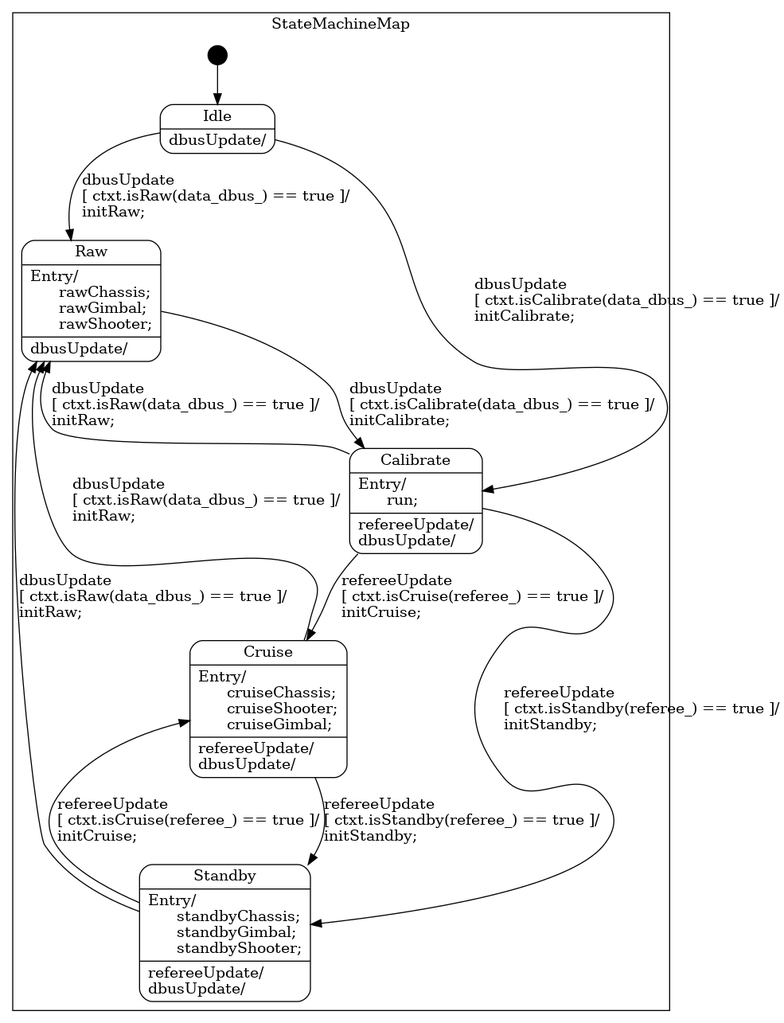
Earlier version of the Graphviz export state_machine/StateMachine_sm.png (rm-controls/rm_fsm). Its source is kept beside it as state_machine/StateMachine_sm.dot.
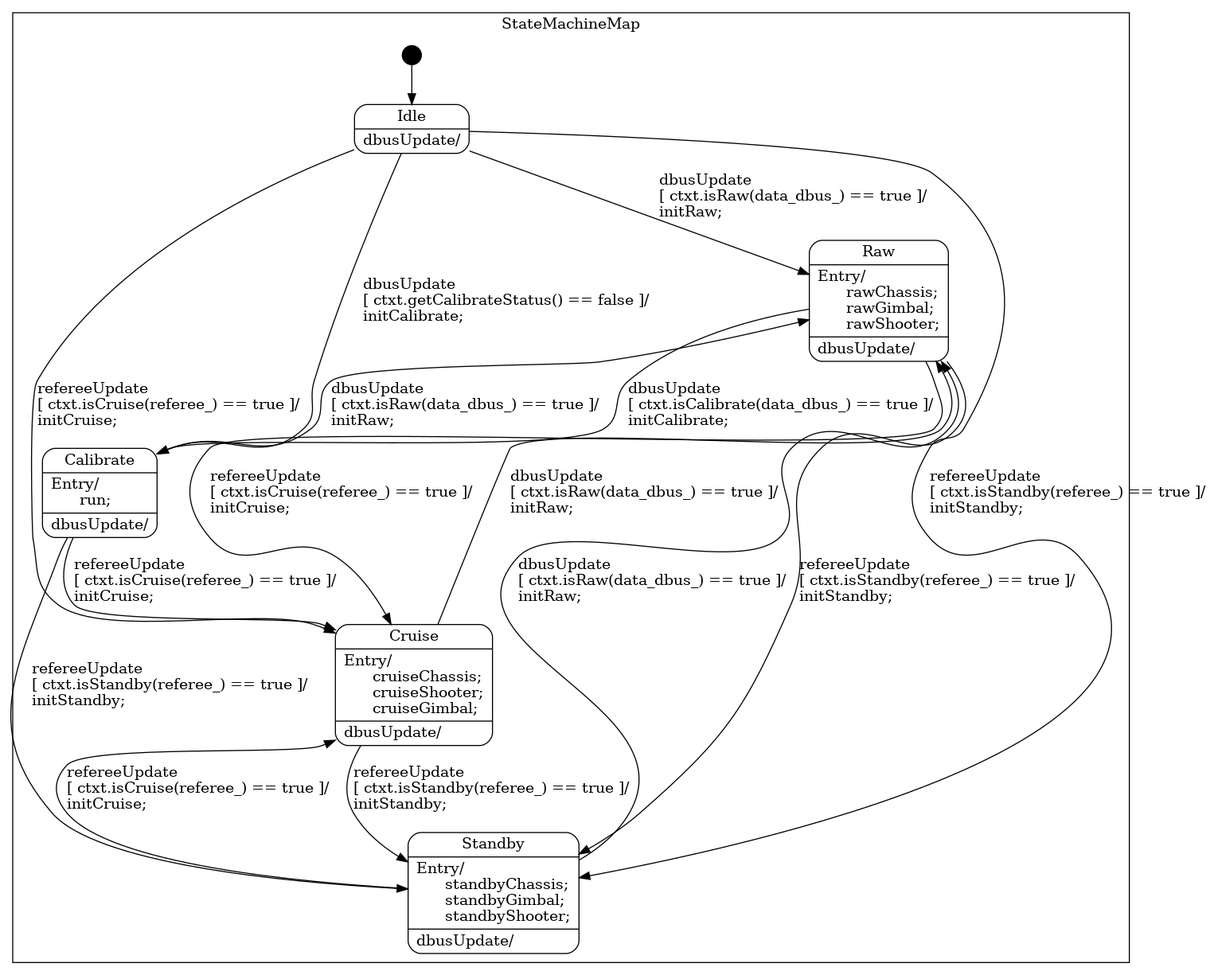
Later version of the same file.

Commit message:
Modify the referee update function of state machine and the judgement of cruise state

Change to the diagram source:
```diff
@@ -15,26 +15,38 @@
             [label="{Raw|Entry/\l&nbsp;&nbsp;&nbsp;rawChassis;\l&nbsp;&nbsp;&nbsp;rawGimbal;\l&nbsp;&nbsp;&nbsp;rawShooter;\l|dbusUpdate/\l}"];
 
         "StateMachineMap::Calibrate"
-            [label="{Calibrate|Entry/\l&nbsp;&nbsp;&nbsp;run;\l|refereeUpdate/\ldbusUpdate/\l}"];
+            [label="{Calibrate|Entry/\l&nbsp;&nbsp;&nbsp;run;\l|dbusUpdate/\l}"];
 
         "StateMachineMap::Standby"
-            [label="{Standby|Entry/\l&nbsp;&nbsp;&nbsp;standbyChassis;\l&nbsp;&nbsp;&nbsp;standbyGimbal;\l&nbsp;&nbsp;&nbsp;standbyShooter;\l|refereeUpdate/\ldbusUpdate/\l}"];
+            [label="{Standby|Entry/\l&nbsp;&nbsp;&nbsp;standbyChassis;\l&nbsp;&nbsp;&nbsp;standbyGimbal;\l&nbsp;&nbsp;&nbsp;standbyShooter;\l|dbusUpdate/\l}"];
 
         "StateMachineMap::Cruise"
-            [label="{Cruise|Entry/\l&nbsp;&nbsp;&nbsp;cruiseChassis;\l&nbsp;&nbsp;&nbsp;cruiseShooter;\l&nbsp;&nbsp;&nbsp;cruiseGimbal;\l|refereeUpdate/\ldbusUpdate/\l}"];
+            [label="{Cruise|Entry/\l&nbsp;&nbsp;&nbsp;cruiseChassis;\l&nbsp;&nbsp;&nbsp;cruiseShooter;\l&nbsp;&nbsp;&nbsp;cruiseGimbal;\l|dbusUpdate/\l}"];
 
         "%start"
             [label="" shape=circle style=filled fillcolor=black width=0.25];
 
 
         "StateMachineMap::Idle" -> "StateMachineMap::Calibrate"
-            [label="dbusUpdate\l\[ ctxt.isCalibrate(data_dbus_) == true \]/\linitCalibrate;\l"];
+            [label="dbusUpdate\l\[ ctxt.getCalibrateStatus() == false \]/\linitCalibrate;\l"];
 
         "StateMachineMap::Idle" -> "StateMachineMap::Raw"
             [label="dbusUpdate\l\[ ctxt.isRaw(data_dbus_) == true \]/\linitRaw;\l"];
 
+        "StateMachineMap::Idle" -> "StateMachineMap::Standby"
+            [label="refereeUpdate\l\[ ctxt.isStandby(referee_) == true \]/\linitStandby;\l"];
+
+        "StateMachineMap::Idle" -> "StateMachineMap::Cruise"
+            [label="refereeUpdate\l\[ ctxt.isCruise(referee_) == true \]/\linitCruise;\l"];
+
         "StateMachineMap::Raw" -> "StateMachineMap::Calibrate"
             [label="dbusUpdate\l\[ ctxt.isCalibrate(data_dbus_) == true \]/\linitCalibrate;\l"];
+
+        "StateMachineMap::Raw" -> "StateMachineMap::Standby"
+            [label="refereeUpdate\l\[ ctxt.isStandby(referee_) == true \]/\linitStandby;\l"];
+
+        "StateMachineMap::Raw" -> "StateMachineMap::Cruise"
+            [label="refereeUpdate\l\[ ctxt.isCruise(referee_) == true \]/\linitCruise;\l"];
 
         "StateMachineMap::Calibrate" -> "StateMachineMap::Standby"
             [label="refereeUpdate\l\[ ctxt.isStandby(referee_) == true \]/\linitStandby;\l"];
```
